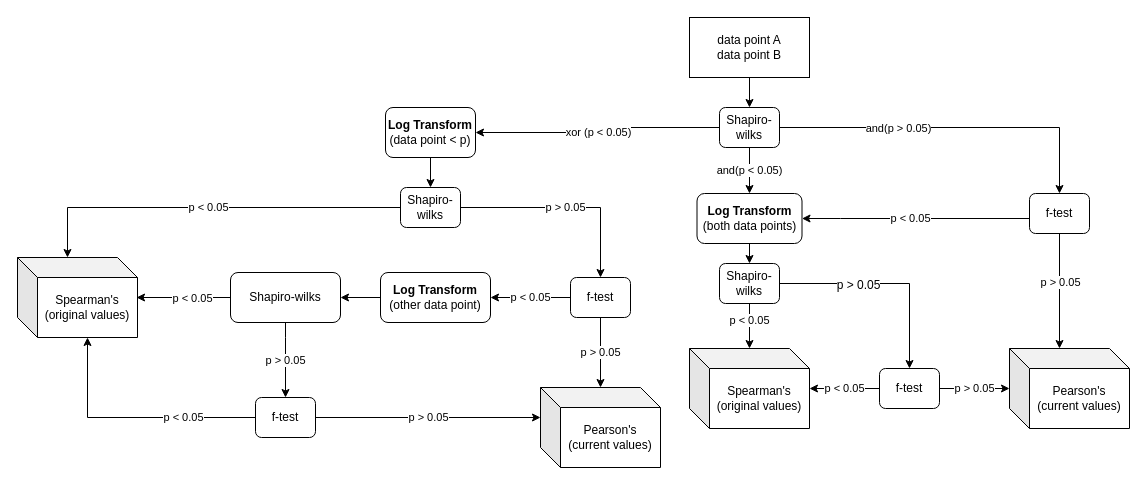
Above: Test_Flow_2.drawio in JerrinWiley/Spearmans_Pearsons_Decider (draw.io), before the change. Source tidied: cells renumbered, new cells numbered last; positions are measured from the earlier drawing's top-left corner, leaving out a move shared by most shapes. Both pictures are drawn from the tidied source at 100%, with x=0, y=0 at pixel (17, 17).
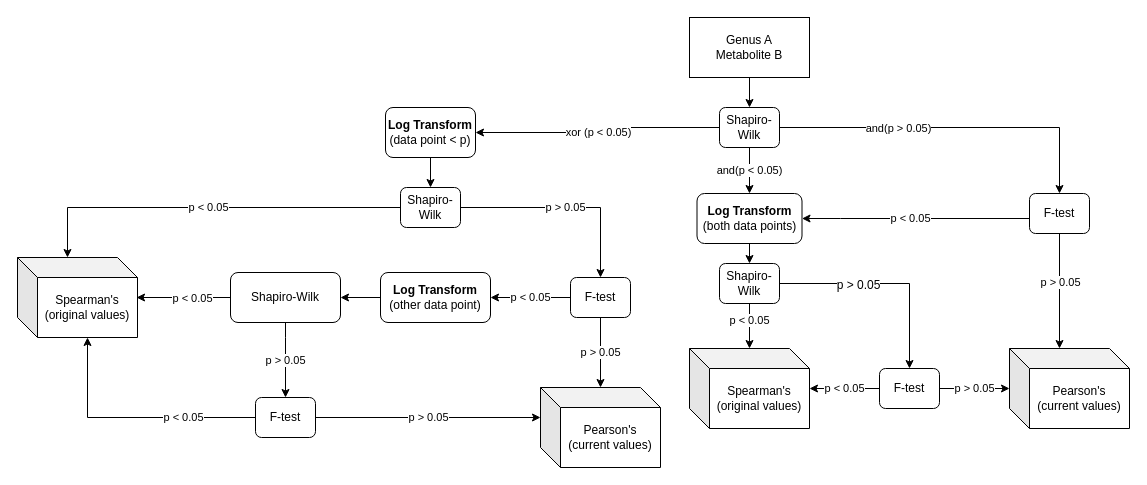
The same diagram, later.

Diff of the diagram source:
```diff
@@
-    <mxCell id="3" value="data point A&lt;br&gt;data point B" style="rounded=0;whiteSpace=wrap;html=1;" parent="1" vertex="1">
+    <mxCell id="3" value="Genus A&lt;br&gt;Metabolite B" style="rounded=0;whiteSpace=wrap;html=1;" parent="1" vertex="1">
       <mxGeometry x="672" width="120" height="60" as="geometry" />
     </mxCell>
@@
-    <mxCell id="9" value="Shapiro-wilks" style="rounded=1;whiteSpace=wrap;html=1;" parent="1" vertex="1">
+    <mxCell id="9" value="Shapiro-Wilk" style="rounded=1;whiteSpace=wrap;html=1;" parent="1" vertex="1">
       <mxGeometry x="702" y="90" width="60" height="40" as="geometry" />
     </mxCell>
@@
-    <mxCell id="12" value="Shapiro-wilks" style="rounded=1;whiteSpace=wrap;html=1;" parent="1" vertex="1">
+    <mxCell id="12" value="Shapiro-Wilk" style="rounded=1;whiteSpace=wrap;html=1;" parent="1" vertex="1">
       <mxGeometry x="383" y="170" width="60" height="40" as="geometry" />
     </mxCell>
@@
-    <mxCell id="18" value="f-test" style="rounded=1;whiteSpace=wrap;html=1;" parent="1" vertex="1">
+    <mxCell id="18" value="F-test" style="rounded=1;whiteSpace=wrap;html=1;" parent="1" vertex="1">
       <mxGeometry x="553" y="260" width="60" height="40" as="geometry" />
     </mxCell>
@@
-    <mxCell id="23" value="Shapiro-wilks" style="rounded=1;whiteSpace=wrap;html=1;" parent="1" vertex="1">
+    <mxCell id="23" value="Shapiro-Wilk" style="rounded=1;whiteSpace=wrap;html=1;" parent="1" vertex="1">
       <mxGeometry x="213" y="255" width="110" height="50" as="geometry" />
     </mxCell>
@@
-    <mxCell id="26" value="f-test" style="rounded=1;whiteSpace=wrap;html=1;" parent="1" vertex="1">
+    <mxCell id="26" value="F-test" style="rounded=1;whiteSpace=wrap;html=1;" parent="1" vertex="1">
       <mxGeometry x="238" y="380" width="60" height="40" as="geometry" />
     </mxCell>
@@
-    <mxCell id="32" value="f-test" style="rounded=1;whiteSpace=wrap;html=1;" parent="1" vertex="1">
+    <mxCell id="32" value="F-test" style="rounded=1;whiteSpace=wrap;html=1;" parent="1" vertex="1">
       <mxGeometry x="1012" y="176" width="60" height="40" as="geometry" />
     </mxCell>
@@
-    <mxCell id="38" value="Shapiro-wilks" style="rounded=1;whiteSpace=wrap;html=1;" parent="1" vertex="1">
+    <mxCell id="38" value="Shapiro-Wilk" style="rounded=1;whiteSpace=wrap;html=1;" parent="1" vertex="1">
       <mxGeometry x="702" y="246" width="60" height="40" as="geometry" />
     </mxCell>
@@
-    <mxCell id="42" value="f-test" style="rounded=1;whiteSpace=wrap;html=1;" parent="1" vertex="1">
+    <mxCell id="42" value="F-test" style="rounded=1;whiteSpace=wrap;html=1;" parent="1" vertex="1">
       <mxGeometry x="862" y="351" width="60" height="40" as="geometry" />
     </mxCell>
```
